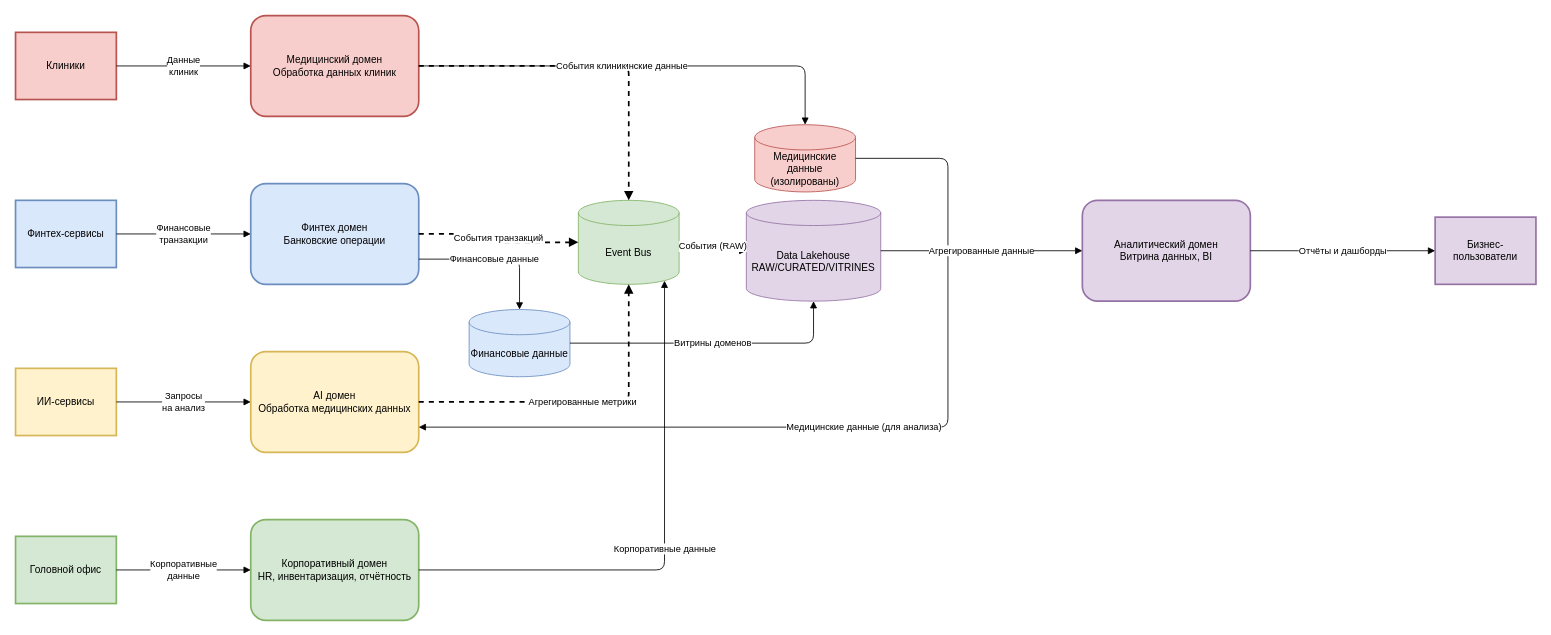
This is Task2/data_flow_diagram.drawio from practicumstudent2025/architecture-future_2_0, a draw.io file, before an edit. Source tidied: cells renumbered, new cells numbered last; positions are measured from the earlier drawing's top-left corner, leaving out a move shared by most shapes. Both pictures are drawn from the tidied source at 84%, with x=0, y=0 at pixel (15, 15).
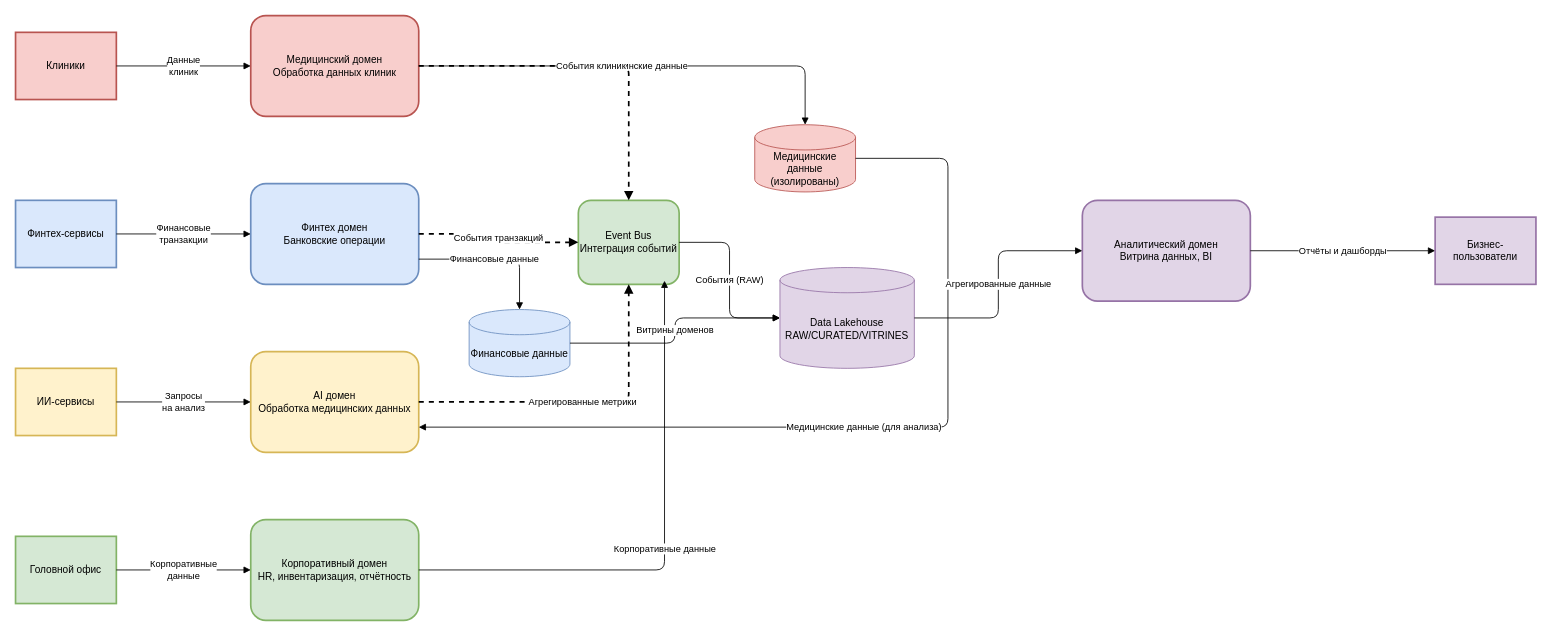
The same diagram, later.

Commit message:
Task2: Event Bus изменен с хранилища данных на процесс интеграции в DFD

The edit, as a diff of the source:
```diff
@@
-    <mxCell id="12" value="Event Bus" style="shape=cylinder3;whiteSpace=wrap;html=1;boundedLbl=1;backgroundOutline=1;size=15;fillColor=#d5e8d4;strokeColor=#82b366;" parent="1" vertex="1">
+    <mxCell id="12" value="Event Bus&#10;Интеграция событий" style="rounded=1;whiteSpace=wrap;html=1;fillColor=#d5e8d4;strokeColor=#82b366;strokeWidth=2;" parent="1" vertex="1">
       <mxGeometry x="670" y="220" width="120" height="100" as="geometry" />
     </mxCell>
     <mxCell id="13" value="Data Lakehouse&#10;RAW/CURATED/VITRINES" style="shape=cylinder3;whiteSpace=wrap;html=1;boundedLbl=1;backgroundOutline=1;size=15;fillColor=#e1d5e7;strokeColor=#9673a6;" parent="1" vertex="1">
-      <mxGeometry x="870" y="220" width="160" height="120" as="geometry" />
+      <mxGeometry x="910" y="300" width="160" height="120" as="geometry" />
     </mxCell>
```
